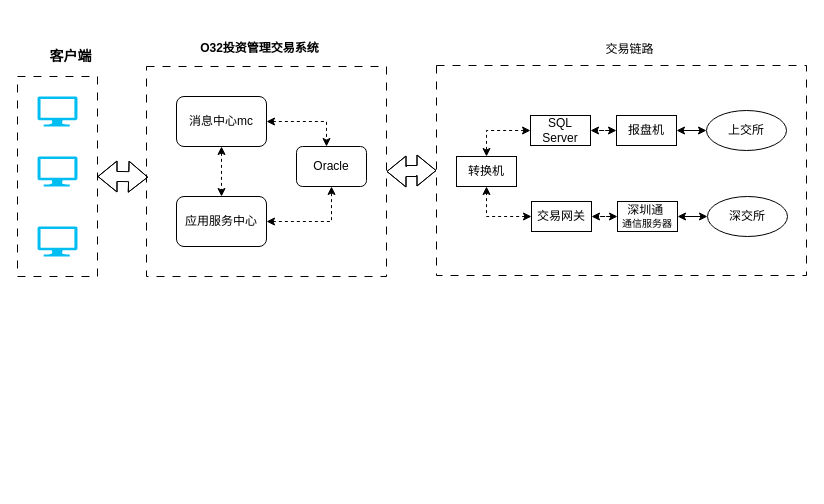
cshiaa/tools keeps this draw.io diagram as draw架构图/O32系统架构图.drawio. Above is the earlier version. Source tidied: cells renumbered, new cells numbered last; positions are measured from the earlier drawing's top-left corner, leaving out a move shared by most shapes. Both pictures are drawn from the tidied source at 100%, with x=0, y=0 at pixel (17, 24).
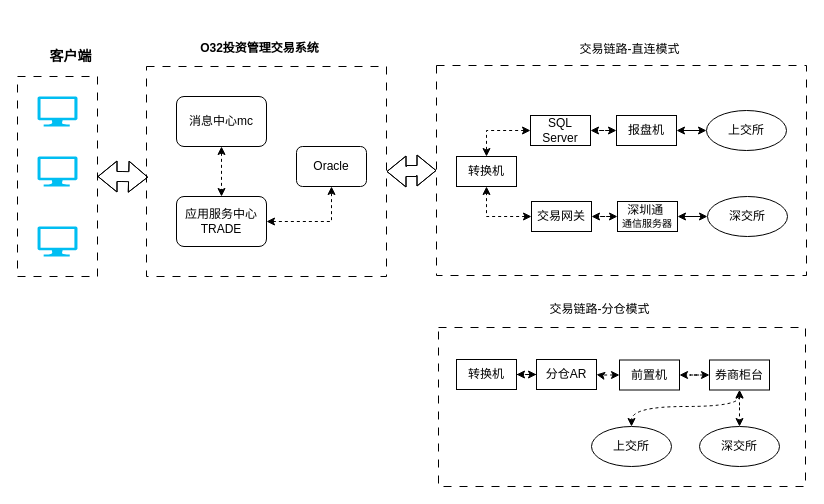
The same diagram, later.

Commit message (it also covers changes not shown here):
更新O32系统架构图.drawio

Unchanged cells that the change refers to:
```xml
<mxCell id="9" value="Oracle" style="rounded=1;whiteSpace=wrap;html=1;" parent="1" vertex="1">
  <mxGeometry x="279" y="122" width="70" height="40" as="geometry" />
</mxCell>
<mxCell id="13" value="消息中心mc" style="rounded=1;whiteSpace=wrap;html=1;" parent="1" vertex="1">
  <mxGeometry x="159" y="72" width="90" height="50" as="geometry" />
</mxCell>
```

Change to the diagram source:
```diff
@@
-    <mxCell id="8" value="应用服务中心" style="rounded=1;whiteSpace=wrap;html=1;" parent="1" vertex="1">
+    <mxCell id="8" value="应用服务中心TRADE" style="rounded=1;whiteSpace=wrap;html=1;" parent="1" vertex="1">
       <mxGeometry x="159" y="172" width="90" height="50" as="geometry" />
     </mxCell>
@@
-    <mxCell id="12" style="edgeStyle=orthogonalEdgeStyle;rounded=0;jettySize=auto;html=1;startArrow=classic;startFill=1;dashed=1;" parent="1" edge="1" source="13" target="9">
-      <mxGeometry relative="1" as="geometry">
-        <Array as="points">
-          <mxPoint x="309" y="97" />
-        </Array>
-      </mxGeometry>
-    </mxCell>
@@
-    <mxCell id="16" value="交易链路" style="text;html=1;align=center;verticalAlign=middle;strokeColor=none;fillColor=none;" parent="1" vertex="1">
-      <mxGeometry x="577" y="10" width="70" height="30" as="geometry" />
+    <mxCell id="16" value="交易链路-直连模式" style="text;html=1;align=center;verticalAlign=middle;strokeColor=none;fillColor=none;" parent="1" vertex="1">
+      <mxGeometry x="552" y="10" width="120" height="30" as="geometry" />
     </mxCell>
@@
+    <mxCell id="32" style="rounded=0;whiteSpace=wrap;html=1;dashed=1;dashPattern=8 8;" parent="1" vertex="1">
+      <mxGeometry x="421" y="303" width="367" height="159" as="geometry" />
+    </mxCell>
+    <mxCell id="33" value="交易链路-分仓模式" style="text;html=1;align=center;verticalAlign=middle;strokeColor=none;fillColor=none;" parent="1" vertex="1">
+      <mxGeometry x="522" y="270" width="120" height="30" as="geometry" />
+    </mxCell>
+    <mxCell id="34" value="转换机" style="rounded=0;whiteSpace=wrap;html=1;" parent="1" vertex="1">
+      <mxGeometry x="439" y="335" width="60" height="30" as="geometry" />
+    </mxCell>
+    <mxCell id="35" style="edgeStyle=orthogonalEdgeStyle;rounded=0;jettySize=auto;html=1;startArrow=classic;startFill=1;dashed=1;" parent="1" edge="1" source="36" target="34">
+      <mxGeometry relative="1" as="geometry" />
+    </mxCell>
+    <mxCell id="36" value="分仓AR" style="rounded=0;whiteSpace=wrap;html=1;" parent="1" vertex="1">
+      <mxGeometry x="519" y="335" width="60" height="30" as="geometry" />
+    </mxCell>
+    <mxCell id="37" style="edgeStyle=orthogonalEdgeStyle;rounded=0;jettySize=auto;html=1;startArrow=classic;startFill=1;dashed=1;" parent="1" edge="1" source="38" target="36">
+      <mxGeometry relative="1" as="geometry" />
+    </mxCell>
+    <mxCell id="38" value="前置机" style="rounded=0;whiteSpace=wrap;html=1;" parent="1" vertex="1">
+      <mxGeometry x="602" y="335.5" width="60" height="30" as="geometry" />
+    </mxCell>
+    <mxCell id="39" style="edgeStyle=orthogonalEdgeStyle;rounded=0;jettySize=auto;html=1;startArrow=classic;startFill=1;dashed=1;" parent="1" edge="1" source="42" target="38">
+      <mxGeometry relative="1" as="geometry" />
+    </mxCell>
+    <mxCell id="40" style="edgeStyle=orthogonalEdgeStyle;rounded=0;jettySize=auto;html=1;startArrow=classic;startFill=1;dashed=1;" parent="1" edge="1" source="42" target="44">
+      <mxGeometry relative="1" as="geometry" />
+    </mxCell>
+    <mxCell id="41" style="edgeStyle=orthogonalEdgeStyle;rounded=0;jettySize=auto;html=1;entryX=0.5;entryY=0;entryDx=0;entryDy=0;curved=1;startArrow=classic;startFill=1;dashed=1;" parent="1" edge="1" source="42" target="43">
+      <mxGeometry relative="1" as="geometry">
+        <Array as="points">
+          <mxPoint x="722" y="382" />
+          <mxPoint x="614" y="382" />
+        </Array>
+      </mxGeometry>
+    </mxCell>
+    <mxCell id="42" value="券商柜台" style="rounded=0;whiteSpace=wrap;html=1;" parent="1" vertex="1">
+      <mxGeometry x="692" y="335.5" width="60" height="30" as="geometry" />
+    </mxCell>
+    <mxCell id="43" value="上交所" style="ellipse;whiteSpace=wrap;html=1;" parent="1" vertex="1">
+      <mxGeometry x="574" y="402" width="80" height="40" as="geometry" />
+    </mxCell>
+    <mxCell id="44" value="深交所" style="ellipse;whiteSpace=wrap;html=1;" parent="1" vertex="1">
+      <mxGeometry x="682" y="402" width="80" height="40" as="geometry" />
+    </mxCell>
```
